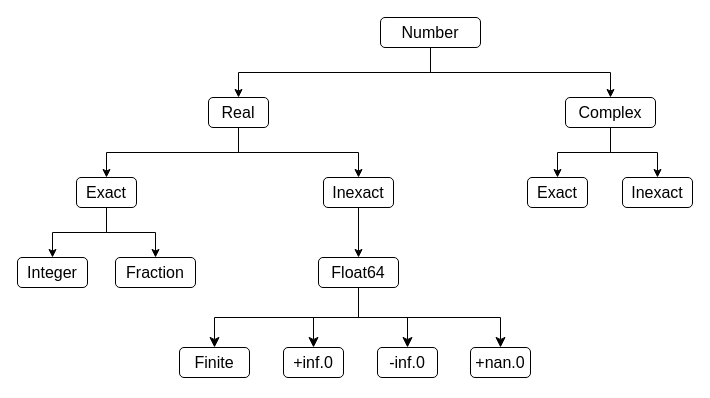
Above: src/reduce/numerus/number-system.drawio in laze1ee/Reduce (draw.io), before the change. Source tidied: cells renumbered, new cells numbered last; positions are measured from the earlier drawing's top-left corner, leaving out a move shared by most shapes. Both pictures are drawn from the tidied source at 100%, with x=0, y=0 at pixel (17, 17).
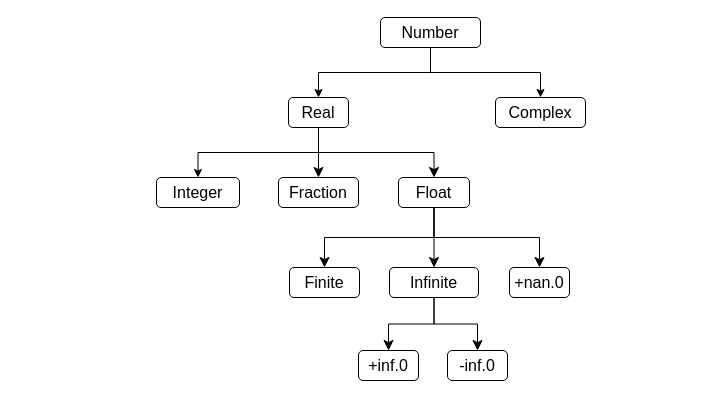
After the change.

Change to the diagram source:
```diff
@@
-    <mxCell id="5" style="edgeStyle=orthogonalEdgeStyle;rounded=0;jettySize=auto;html=1;exitX=0.5;exitY=1;exitDx=0;exitDy=0;entryX=0.5;entryY=0;entryDx=0;entryDy=0;fontFamily=Ubuntu;fontSize=16;fontColor=default;" parent="1" edge="1" source="7" target="22">
-      <mxGeometry relative="1" as="geometry" />
-    </mxCell>
-    <mxCell id="6" style="edgeStyle=orthogonalEdgeStyle;rounded=0;jettySize=auto;html=1;exitX=0.5;exitY=1;exitDx=0;exitDy=0;entryX=0.5;entryY=0;entryDx=0;entryDy=0;fontFamily=Ubuntu;fontSize=16;fontColor=default;" parent="1" edge="1" source="7" target="23">
-      <mxGeometry relative="1" as="geometry" />
-    </mxCell>
     <mxCell id="7" value="Complex" style="whiteSpace=wrap;html=1;rounded=1;fontSize=16;fontFamily=Ubuntu;" parent="1" vertex="1">
-      <mxGeometry x="548" y="80" width="90" height="30" as="geometry" />
+      <mxGeometry x="478" y="80" width="90" height="30" as="geometry" />
     </mxCell>
@@
-    <mxCell id="9" style="edgeStyle=orthogonalEdgeStyle;rounded=0;jettySize=auto;html=1;exitX=0.5;exitY=1;exitDx=0;exitDy=0;fontFamily=Ubuntu;fontSize=16;fontColor=default;" parent="1" edge="1" source="10" target="21">
-      <mxGeometry relative="1" as="geometry" />
-    </mxCell>
+    <mxCell id="29" style="edgeStyle=orthogonalEdgeStyle;rounded=0;jettySize=auto;html=1;exitX=0.5;exitY=1;exitDx=0;exitDy=0;fontSize=12;startSize=8;endSize=8;" parent="1" edge="1" source="10" target="16">
+      <mxGeometry relative="1" as="geometry" />
+    </mxCell>
+    <mxCell id="30" style="edgeStyle=orthogonalEdgeStyle;rounded=0;jettySize=auto;html=1;exitX=0.5;exitY=1;exitDx=0;exitDy=0;entryX=0.5;entryY=0;entryDx=0;entryDy=0;fontSize=12;startSize=8;endSize=8;" parent="1" edge="1" source="10" target="15">
+      <mxGeometry relative="1" as="geometry" />
+    </mxCell>
     <mxCell id="10" value="Real" style="rounded=1;whiteSpace=wrap;html=1;fontSize=16;fontFamily=Ubuntu;" parent="1" vertex="1">
-      <mxGeometry x="191" y="80" width="60" height="30" as="geometry" />
+      <mxGeometry x="271" y="80" width="60" height="30" as="geometry" />
     </mxCell>
@@
-    <mxCell id="12" style="edgeStyle=elbowEdgeStyle;rounded=0;jettySize=auto;html=1;exitX=0.5;exitY=1;exitDx=0;exitDy=0;entryX=0.5;entryY=0;entryDx=0;entryDy=0;fontSize=12;startSize=8;endSize=8;elbow=vertical;" parent="1" edge="1" source="15" target="25">
-      <mxGeometry relative="1" as="geometry" />
-    </mxCell>
-    <mxCell id="13" style="edgeStyle=elbowEdgeStyle;rounded=0;jettySize=auto;html=1;exitX=0.5;exitY=1;exitDx=0;exitDy=0;entryX=0.5;entryY=0;entryDx=0;entryDy=0;fontSize=12;startSize=8;endSize=8;elbow=vertical;" parent="1" edge="1" source="15" target="26">
-      <mxGeometry relative="1" as="geometry" />
-    </mxCell>
@@
+    <mxCell id="31" style="edgeStyle=orthogonalEdgeStyle;rounded=0;jettySize=auto;html=1;exitX=0.5;exitY=1;exitDx=0;exitDy=0;fontSize=12;startSize=8;endSize=8;" parent="1" edge="1" source="15" target="34">
+      <mxGeometry relative="1" as="geometry" />
+    </mxCell>
-    <mxCell id="15" value="Float64" style="rounded=1;whiteSpace=wrap;html=1;fontSize=16;fontFamily=Ubuntu;" parent="1" vertex="1">
-      <mxGeometry x="301" y="240" width="80" height="30" as="geometry" />
+    <mxCell id="15" value="Float" style="rounded=1;whiteSpace=wrap;html=1;fontSize=16;fontFamily=Ubuntu;" parent="1" vertex="1">
+      <mxGeometry x="381" y="160" width="71" height="30" as="geometry" />
     </mxCell>
     <mxCell id="16" value="Fraction" style="rounded=1;whiteSpace=wrap;html=1;fontSize=16;fontFamily=Ubuntu;" parent="1" vertex="1">
-      <mxGeometry x="98" y="240" width="80" height="30" as="geometry" />
+      <mxGeometry x="261" y="160" width="80" height="30" as="geometry" />
     </mxCell>
-    <mxCell id="17" style="edgeStyle=orthogonalEdgeStyle;rounded=0;jettySize=auto;html=1;exitX=0.5;exitY=1;exitDx=0;exitDy=0;entryX=0.5;entryY=0;entryDx=0;entryDy=0;fontFamily=Ubuntu;fontSize=16;fontColor=default;" parent="1" edge="1" source="19" target="16">
-      <mxGeometry relative="1" as="geometry" />
-    </mxCell>
-    <mxCell id="18" style="edgeStyle=orthogonalEdgeStyle;rounded=0;jettySize=auto;html=1;exitX=0.5;exitY=1;exitDx=0;exitDy=0;entryX=0.5;entryY=0;entryDx=0;entryDy=0;fontFamily=Ubuntu;fontSize=16;fontColor=default;" parent="1" edge="1" source="19" target="24">
-      <mxGeometry relative="1" as="geometry" />
-    </mxCell>
-    <mxCell id="19" value="Exact" style="rounded=1;whiteSpace=wrap;html=1;fontSize=16;fontFamily=Ubuntu;" parent="1" vertex="1">
-      <mxGeometry x="59" y="160" width="60" height="30" as="geometry" />
+    <mxCell id="19" value="Integer" style="rounded=1;whiteSpace=wrap;html=1;fontSize=16;fontFamily=Ubuntu;" parent="1" vertex="1">
+      <mxGeometry x="139" y="160" width="83" height="30" as="geometry" />
     </mxCell>
-    <mxCell id="20" style="edgeStyle=orthogonalEdgeStyle;rounded=0;jettySize=auto;html=1;exitX=0.5;exitY=1;exitDx=0;exitDy=0;fontFamily=Ubuntu;fontSize=16;fontColor=default;" parent="1" edge="1" source="21" target="15">
-      <mxGeometry relative="1" as="geometry" />
-    </mxCell>
-    <mxCell id="21" value="Inexact" style="rounded=1;whiteSpace=wrap;html=1;fontSize=16;fontFamily=Ubuntu;" parent="1" vertex="1">
-      <mxGeometry x="306" y="160" width="70" height="30" as="geometry" />
-    </mxCell>
-    <mxCell id="22" value="Exact" style="rounded=1;whiteSpace=wrap;html=1;fontSize=16;fontFamily=Ubuntu;" parent="1" vertex="1">
-      <mxGeometry x="510" y="160" width="60" height="30" as="geometry" />
-    </mxCell>
-    <mxCell id="23" value="Inexact" style="rounded=1;whiteSpace=wrap;html=1;fontSize=16;fontFamily=Ubuntu;" parent="1" vertex="1">
-      <mxGeometry x="605" y="160" width="70" height="30" as="geometry" />
-    </mxCell>
-    <mxCell id="24" value="Integer" style="rounded=1;whiteSpace=wrap;html=1;fontSize=16;fontFamily=Ubuntu;" parent="1" vertex="1">
-      <mxGeometry y="240" width="70" height="30" as="geometry" />
-    </mxCell>
     <mxCell id="25" value="+inf.0" style="rounded=1;whiteSpace=wrap;html=1;fontSize=16;fontFamily=Ubuntu;" parent="1" vertex="1">
-      <mxGeometry x="266" y="330" width="60" height="30" as="geometry" />
+      <mxGeometry x="341" y="333" width="60" height="30" as="geometry" />
     </mxCell>
     <mxCell id="26" value="-inf.0" style="rounded=1;whiteSpace=wrap;html=1;fontSize=16;fontFamily=Ubuntu;" parent="1" vertex="1">
-      <mxGeometry x="360" y="330" width="60" height="30" as="geometry" />
+      <mxGeometry x="430" y="333" width="60" height="30" as="geometry" />
     </mxCell>
     <mxCell id="27" value="+nan.0" style="rounded=1;whiteSpace=wrap;html=1;fontSize=16;fontFamily=Ubuntu;" parent="1" vertex="1">
-      <mxGeometry x="453" y="330" width="60" height="30" as="geometry" />
+      <mxGeometry x="492" y="250" width="60" height="30" as="geometry" />
     </mxCell>
     <mxCell id="28" value="Finite" style="rounded=1;whiteSpace=wrap;html=1;fontSize=16;fontFamily=Ubuntu;" parent="1" vertex="1">
-      <mxGeometry x="162" y="330" width="70" height="30" as="geometry" />
+      <mxGeometry x="272" y="250" width="70" height="30" as="geometry" />
     </mxCell>
+    <mxCell id="32" style="edgeStyle=orthogonalEdgeStyle;rounded=0;jettySize=auto;html=1;exitX=0.5;exitY=1;exitDx=0;exitDy=0;entryX=0.5;entryY=0;entryDx=0;entryDy=0;fontSize=12;startSize=8;endSize=8;" parent="1" edge="1" source="34" target="25">
+      <mxGeometry relative="1" as="geometry" />
+    </mxCell>
+    <mxCell id="33" style="edgeStyle=orthogonalEdgeStyle;rounded=0;jettySize=auto;html=1;exitX=0.5;exitY=1;exitDx=0;exitDy=0;entryX=0.5;entryY=0;entryDx=0;entryDy=0;fontSize=12;startSize=8;endSize=8;" parent="1" edge="1" source="34" target="26">
+      <mxGeometry relative="1" as="geometry" />
+    </mxCell>
+    <mxCell id="34" value="Infinite" style="rounded=1;whiteSpace=wrap;html=1;fontSize=16;fontFamily=Ubuntu;" parent="1" vertex="1">
+      <mxGeometry x="372" y="250" width="89" height="30" as="geometry" />
+    </mxCell>
```
